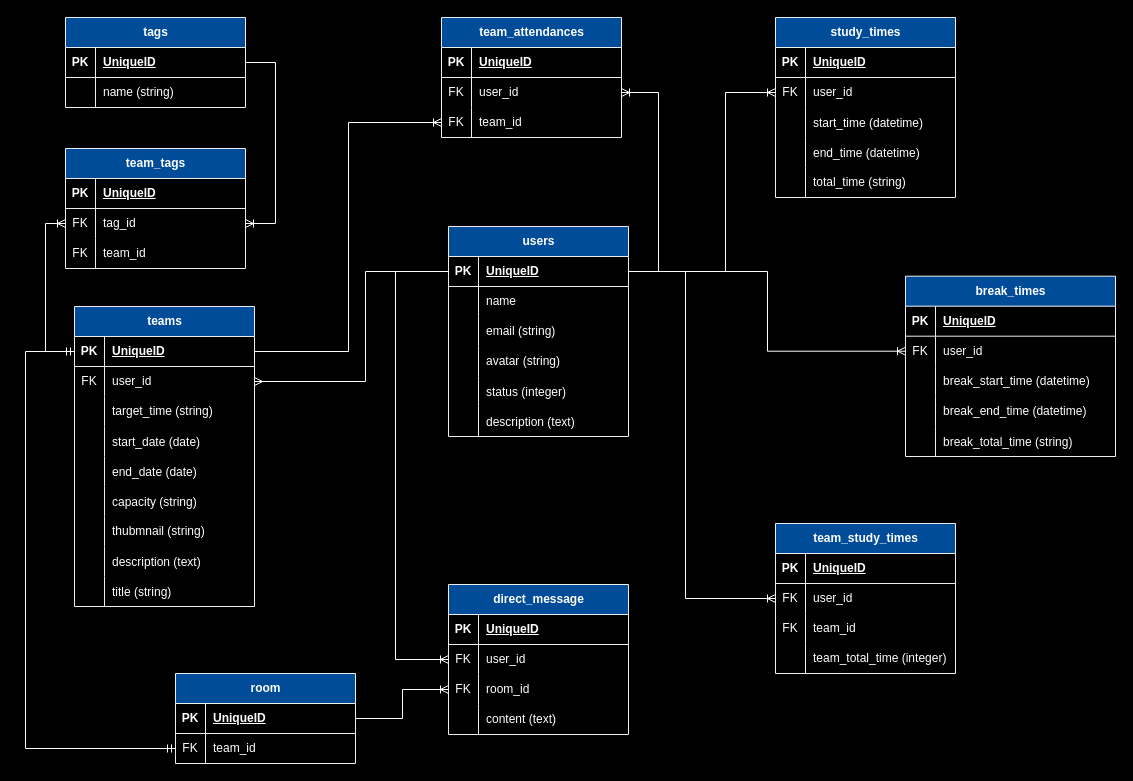
nanamitoshimasu/studying_mate keeps this draw.io diagram as 名称未設定ファイル.drawio. Above is the earlier version. Source tidied: cells renumbered, new cells numbered last; positions are measured from the earlier drawing's top-left corner, leaving out a move shared by most shapes. Both pictures are drawn from the tidied source at 100%, with x=0, y=0 at pixel (25, 17).
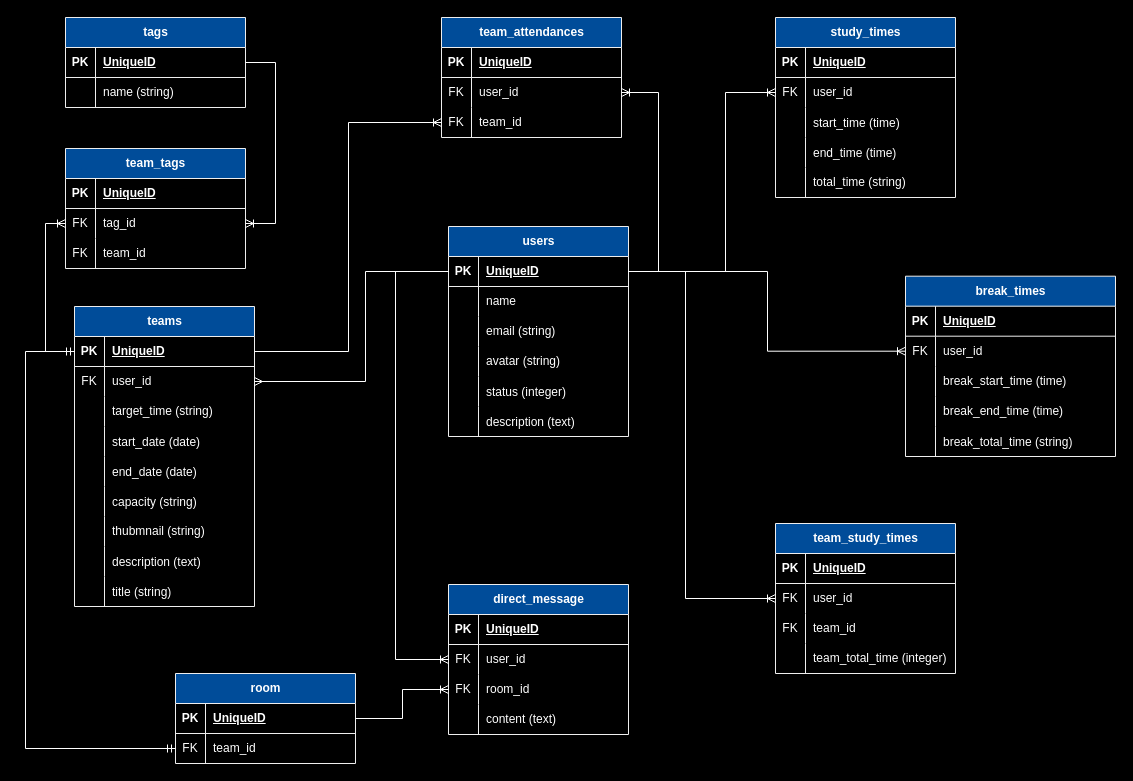
Above is the later version.

Commit message:
名称未設定ファイル.drawio を更新します

The change refers to these unchanged cells:
```xml
<mxCell id="9" style="shape=tableRow;horizontal=0;startSize=0;swimlaneHead=0;swimlaneBody=0;fillColor=none;top=0;left=0;right=0;bottom=0;strokeColor=#EEEEEE;fontColor=#FFFFFF;" parent="2" vertex="1">
  <mxGeometry y="90" width="180" height="30" as="geometry" />
</mxCell>
<mxCell id="12" style="shape=tableRow;horizontal=0;startSize=0;swimlaneHead=0;swimlaneBody=0;fillColor=none;top=0;left=0;right=0;bottom=0;strokeColor=#EEEEEE;fontColor=#FFFFFF;" parent="2" vertex="1">
  <mxGeometry y="120" width="180" height="30" as="geometry" />
</mxCell>
<mxCell id="132" style="shape=tableRow;horizontal=0;startSize=0;swimlaneHead=0;swimlaneBody=0;fillColor=none;top=0;left=0;right=0;bottom=0;rounded=1;labelBackgroundColor=none;strokeColor=#EEEEEE;fontColor=#FFFFFF;" parent="125" vertex="1">
  <mxGeometry y="90" width="210" height="30" as="geometry" />
</mxCell>
<mxCell id="135" style="shape=tableRow;horizontal=0;startSize=0;swimlaneHead=0;swimlaneBody=0;fillColor=none;top=0;left=0;right=0;bottom=0;rounded=1;labelBackgroundColor=none;strokeColor=#EEEEEE;fontColor=#FFFFFF;" parent="125" vertex="1">
  <mxGeometry y="120" width="210" height="30" as="geometry" />
</mxCell>
```

Diff of the diagram source:
```diff
@@
-    <mxCell id="11" value="start_time (datetime)" style="shape=partialRectangle;fillColor=none;top=0;left=0;bottom=0;right=0;align=left;spacingLeft=6;overflow=hidden;strokeColor=#EEEEEE;fontColor=#FFFFFF;" parent="9" vertex="1">
+    <mxCell id="11" value="start_time (time)" style="shape=partialRectangle;fillColor=none;top=0;left=0;bottom=0;right=0;align=left;spacingLeft=6;overflow=hidden;strokeColor=#EEEEEE;fontColor=#FFFFFF;" parent="9" vertex="1">
       <mxGeometry x="30" width="150" height="30" as="geometry" />
     </mxCell>
@@
-    <mxCell id="14" value="end_time (datetime)" style="shape=partialRectangle;fillColor=none;top=0;left=0;bottom=0;right=0;align=left;spacingLeft=6;overflow=hidden;strokeColor=#EEEEEE;fontColor=#FFFFFF;" parent="12" vertex="1">
+    <mxCell id="14" value="end_time (time)" style="shape=partialRectangle;fillColor=none;top=0;left=0;bottom=0;right=0;align=left;spacingLeft=6;overflow=hidden;strokeColor=#EEEEEE;fontColor=#FFFFFF;" parent="12" vertex="1">
       <mxGeometry x="30" width="150" height="30" as="geometry" />
     </mxCell>
@@
-    <mxCell id="134" value="break_start_time (datetime)" style="shape=partialRectangle;fillColor=none;top=0;left=0;bottom=0;right=0;align=left;spacingLeft=6;overflow=hidden;whiteSpace=wrap;html=1;rounded=1;labelBackgroundColor=none;strokeColor=#EEEEEE;fontColor=#FFFFFF;" parent="132" vertex="1">
+    <mxCell id="134" value="break_start_time (time)" style="shape=partialRectangle;fillColor=none;top=0;left=0;bottom=0;right=0;align=left;spacingLeft=6;overflow=hidden;whiteSpace=wrap;html=1;rounded=1;labelBackgroundColor=none;strokeColor=#EEEEEE;fontColor=#FFFFFF;" parent="132" vertex="1">
       <mxGeometry x="30" width="180" height="30" as="geometry" />
     </mxCell>
@@
-    <mxCell id="137" value="break_end_time (datetime)" style="shape=partialRectangle;fillColor=none;top=0;left=0;bottom=0;right=0;align=left;spacingLeft=6;overflow=hidden;whiteSpace=wrap;html=1;rounded=1;labelBackgroundColor=none;strokeColor=#EEEEEE;fontColor=#FFFFFF;" parent="135" vertex="1">
+    <mxCell id="137" value="break_end_time (time)" style="shape=partialRectangle;fillColor=none;top=0;left=0;bottom=0;right=0;align=left;spacingLeft=6;overflow=hidden;whiteSpace=wrap;html=1;rounded=1;labelBackgroundColor=none;strokeColor=#EEEEEE;fontColor=#FFFFFF;" parent="135" vertex="1">
       <mxGeometry x="30" width="180" height="30" as="geometry" />
     </mxCell>
```
